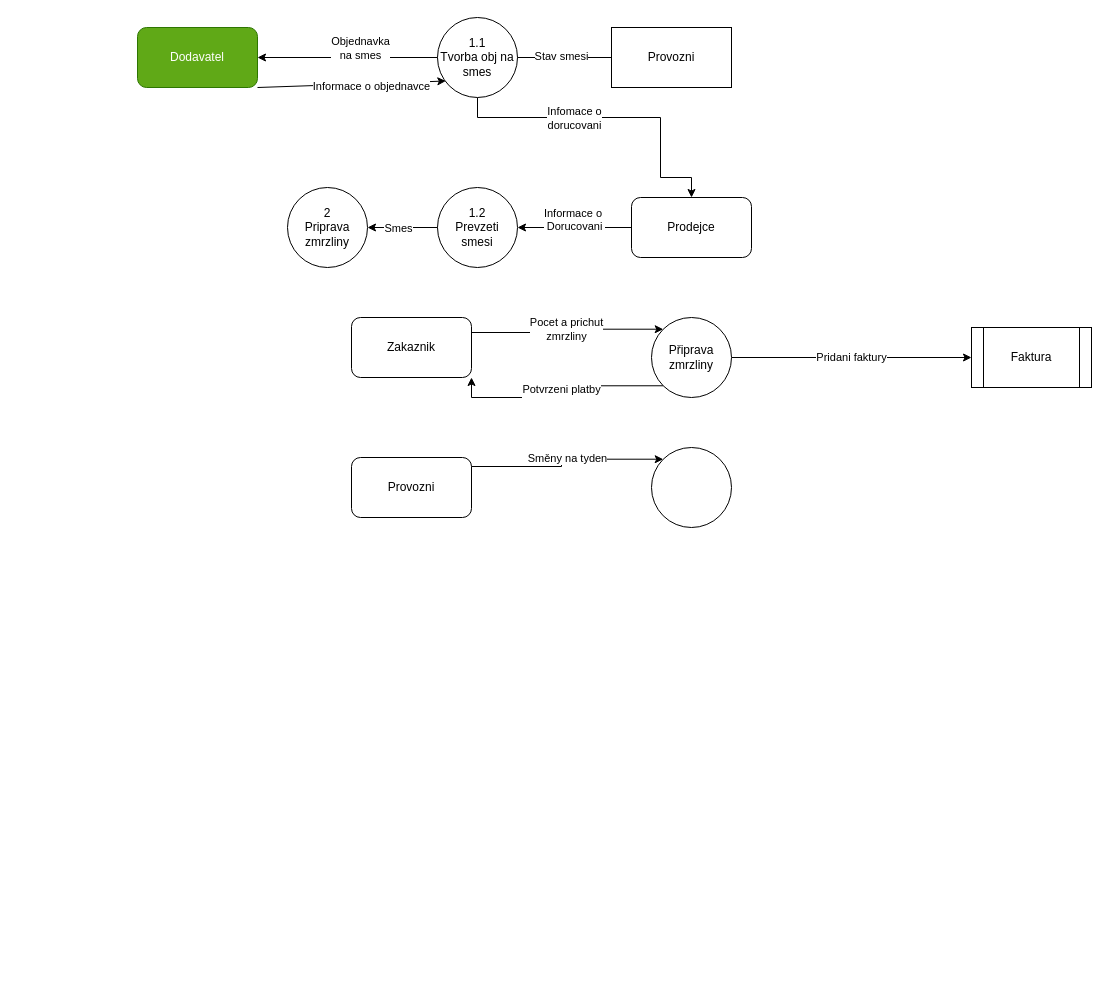
The draw.io diagram Data_Flow.drawio in Zenber/InformacniSystem_I, before the edit. Source tidied: cells renumbered, new cells numbered last; positions are measured from the earlier drawing's top-left corner, leaving out a move shared by most shapes. Both pictures are drawn from the tidied source at 100%, with x=0, y=0 at pixel (137, 17).
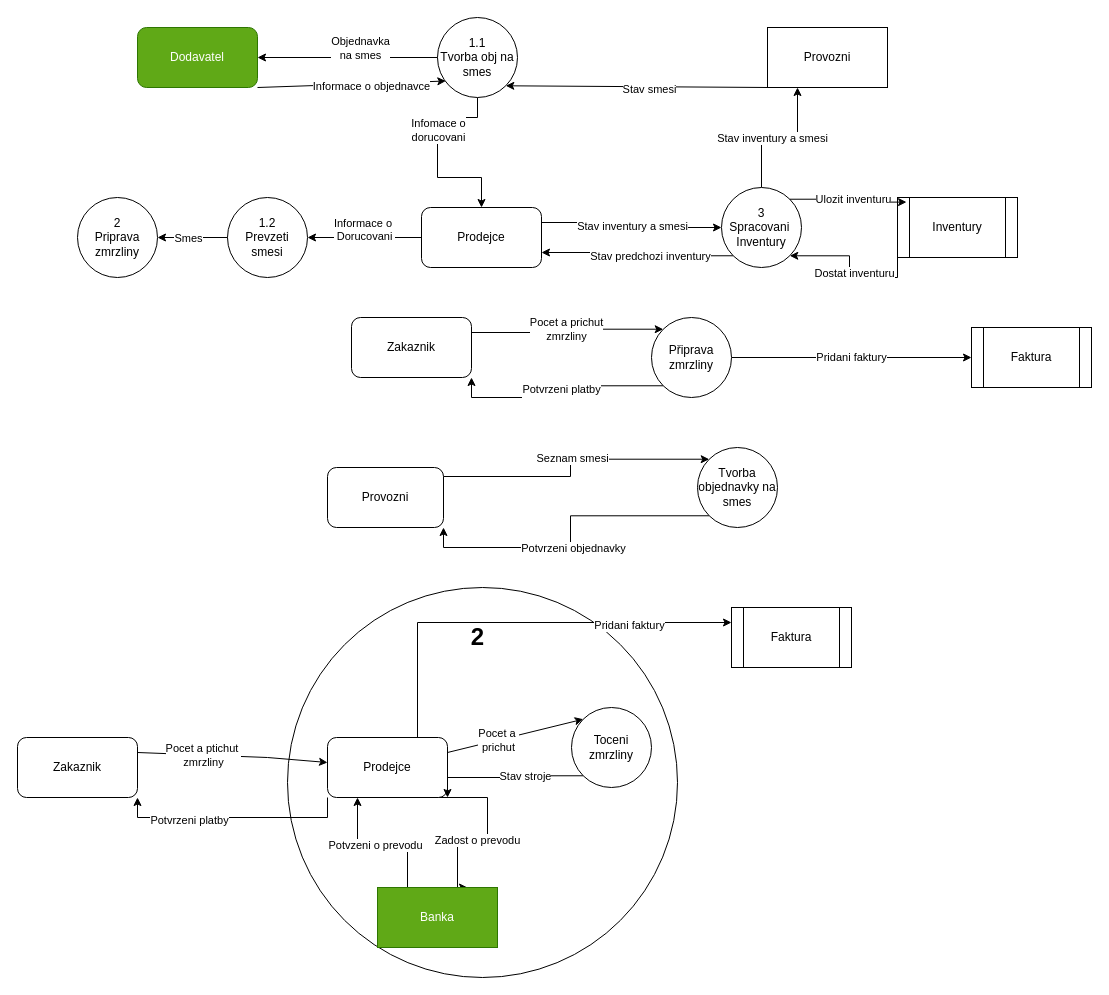
The same page after the edit.

The change refers to these unchanged cells:
```xml
<mxCell id="8" style="edgeStyle=orthogonalEdgeStyle;rounded=0;jettySize=auto;html=1;exitX=0.997;exitY=0.15;exitDx=0;exitDy=0;exitPerimeter=0;entryX=0;entryY=0;entryDx=0;entryDy=0;" parent="1" edge="1" source="10" target="11">
  <mxGeometry relative="1" as="geometry" />
</mxCell>
<mxCell id="14" value="1.1&lt;br&gt;Tvorba obj na smes" style="ellipse;whiteSpace=wrap;html=1;" parent="1" vertex="1">
  <mxGeometry x="300" width="80" height="80" as="geometry" />
</mxCell>
```

The edit, as a diff of the source:
```diff
@@
-    <mxCell id="9" value="Směny na tyden" style="edgeLabel;html=1;align=center;verticalAlign=middle;" parent="8" vertex="1">
+    <mxCell id="9" value="Seznam smesi" style="edgeLabel;html=1;align=center;verticalAlign=middle;" parent="8" vertex="1">
       <mxGeometry x="0.03" y="1" relative="1" as="geometry" />
     </mxCell>
     <mxCell id="10" value="Provozni" style="rounded=1;whiteSpace=wrap;html=1;" parent="1" vertex="1">
-      <mxGeometry x="214" y="440" width="120" height="60" as="geometry" />
+      <mxGeometry x="190" y="450" width="116" height="60" as="geometry" />
     </mxCell>
+    <mxCell id="30" style="edgeStyle=orthogonalEdgeStyle;rounded=0;jettySize=auto;html=1;exitX=0;exitY=1;exitDx=0;exitDy=0;entryX=1;entryY=1;entryDx=0;entryDy=0;" parent="1" edge="1" source="11" target="10">
+      <mxGeometry relative="1" as="geometry" />
+    </mxCell>
+    <mxCell id="31" value="Potvrzeni objednavky" style="edgeLabel;html=1;align=center;verticalAlign=middle;" parent="30" vertex="1">
+      <mxGeometry x="0.07" y="2" relative="1" as="geometry">
+        <mxPoint x="2" y="-2" as="offset" />
+      </mxGeometry>
+    </mxCell>
-    <mxCell id="11" style="ellipse;whiteSpace=wrap;html=1;" parent="1" vertex="1">
-      <mxGeometry x="514" y="430" width="80" height="80" as="geometry" />
+    <mxCell id="11" value="Tvorba objednavky na smes" style="ellipse;whiteSpace=wrap;html=1;" parent="1" vertex="1">
+      <mxGeometry x="560" y="430" width="80" height="80" as="geometry" />
     </mxCell>
     <mxCell id="12" style="edgeStyle=orthogonalEdgeStyle;rounded=0;jettySize=auto;html=1;entryX=0.5;entryY=0;entryDx=0;entryDy=0;" parent="1" edge="1" source="14" target="24">
       <mxGeometry relative="1" as="geometry">
         <Array as="points">
           <mxPoint x="340" y="100" />
-          <mxPoint x="523" y="100" />
-          <mxPoint x="523" y="160" />
+          <mxPoint x="300" y="100" />
+          <mxPoint x="300" y="160" />
+          <mxPoint x="344" y="160" />
         </Array>
       </mxGeometry>
     </mxCell>
@@
     <mxCell id="15" value="&lt;div&gt;1.2&lt;/div&gt;&lt;div&gt;Prevzeti smesi&lt;/div&gt;" style="ellipse;whiteSpace=wrap;html=1;" parent="1" vertex="1">
-      <mxGeometry x="300" y="170" width="80" height="80" as="geometry" />
+      <mxGeometry x="90" y="180" width="80" height="80" as="geometry" />
     </mxCell>
     <mxCell id="16" value="Provozni" style="rounded=0;whiteSpace=wrap;html=1;" parent="1" vertex="1">
-      <mxGeometry x="474" y="10" width="120" height="60" as="geometry" />
+      <mxGeometry x="630" y="10" width="120" height="60" as="geometry" />
     </mxCell>
-    <mxCell id="17" style="endArrow=none;html=1;rounded=0;entryX=1;entryY=0.5;entryDx=0;entryDy=0;exitX=0;exitY=0.5;exitDx=0;exitDy=0;" parent="1" edge="1" source="16" target="14">
+    <mxCell id="17" style="endArrow=none;html=1;rounded=0;entryX=0;entryY=1;entryDx=0;entryDy=0;exitX=1;exitY=1;exitDx=0;exitDy=0;startArrow=classic;startFill=1;" parent="1" edge="1" source="14" target="16">
       <mxGeometry relative="1" as="geometry" />
     </mxCell>
@@
+    <mxCell id="32" style="edgeStyle=orthogonalEdgeStyle;rounded=0;jettySize=auto;html=1;exitX=1;exitY=0.25;exitDx=0;exitDy=0;entryX=0;entryY=0.5;entryDx=0;entryDy=0;" parent="1" edge="1" source="24" target="59">
+      <mxGeometry relative="1" as="geometry" />
+    </mxCell>
+    <mxCell id="33" value="Stav inventury a smesi" style="edgeLabel;html=1;align=center;verticalAlign=middle;" parent="32" vertex="1">
+      <mxGeometry x="0.01" relative="1" as="geometry" />
+    </mxCell>
     <mxCell id="24" value="Prodejce" style="rounded=1;whiteSpace=wrap;html=1;" parent="1" vertex="1">
-      <mxGeometry x="494" y="180" width="120" height="60" as="geometry" />
+      <mxGeometry x="284" y="190" width="120" height="60" as="geometry" />
     </mxCell>
@@
     <mxCell id="27" value="2&lt;br&gt;Priprava zmrzliny" style="ellipse;whiteSpace=wrap;html=1;" parent="1" vertex="1">
-      <mxGeometry x="150" y="170" width="80" height="80" as="geometry" />
+      <mxGeometry x="-60" y="180" width="80" height="80" as="geometry" />
     </mxCell>
@@
+    <mxCell id="34" value="&lt;div align=&quot;right&quot;&gt;&lt;br&gt;&lt;/div&gt;" style="ellipse;whiteSpace=wrap;html=1;" parent="1" vertex="1">
+      <mxGeometry x="150" y="570" width="390" height="390" as="geometry" />
+    </mxCell>
+    <mxCell id="35" style="edgeStyle=orthogonalEdgeStyle;rounded=0;jettySize=auto;html=1;exitX=0;exitY=1;exitDx=0;exitDy=0;entryX=1;entryY=1;entryDx=0;entryDy=0;" parent="1" edge="1" source="41" target="54">
+      <mxGeometry relative="1" as="geometry" />
+    </mxCell>
+    <mxCell id="36" value="Potvrzeni platby" style="edgeLabel;html=1;align=center;verticalAlign=middle;" parent="35" vertex="1">
+      <mxGeometry x="0.38" y="2" relative="1" as="geometry" />
+    </mxCell>
+    <mxCell id="37" style="edgeStyle=orthogonalEdgeStyle;rounded=0;jettySize=auto;html=1;exitX=0.75;exitY=1;exitDx=0;exitDy=0;entryX=0.75;entryY=0;entryDx=0;entryDy=0;" parent="1" edge="1" source="41" target="52">
+      <mxGeometry relative="1" as="geometry">
+        <Array as="points">
+          <mxPoint x="350" y="780" />
+          <mxPoint x="350" y="825" />
+          <mxPoint x="320" y="825" />
+          <mxPoint x="320" y="870" />
+        </Array>
+      </mxGeometry>
+    </mxCell>
+    <mxCell id="38" value="Zadost o prevodu" style="edgeLabel;html=1;align=center;verticalAlign=middle;" parent="37" vertex="1">
+      <mxGeometry x="0.26" y="-3" relative="1" as="geometry" />
+    </mxCell>
+    <mxCell id="39" style="edgeStyle=orthogonalEdgeStyle;rounded=0;jettySize=auto;html=1;exitX=0.75;exitY=0;exitDx=0;exitDy=0;entryX=0;entryY=0.25;entryDx=0;entryDy=0;" parent="1" edge="1" source="41" target="53">
+      <mxGeometry relative="1" as="geometry" />
+    </mxCell>
+    <mxCell id="40" value="Pridani faktury" style="edgeLabel;html=1;align=center;verticalAlign=middle;" parent="39" vertex="1">
+      <mxGeometry x="0.52" y="-2" relative="1" as="geometry" />
+    </mxCell>
+    <mxCell id="41" value="Prodejce" style="rounded=1;whiteSpace=wrap;html=1;" parent="1" vertex="1">
+      <mxGeometry x="190" y="720" width="120" height="60" as="geometry" />
+    </mxCell>
+    <mxCell id="42" value="&lt;div&gt;2&lt;/div&gt;" style="text;strokeColor=none;fillColor=none;html=1;fontSize=24;fontStyle=1;verticalAlign=middle;align=center;" parent="1" vertex="1">
+      <mxGeometry x="290" y="600" width="100" height="40" as="geometry" />
+    </mxCell>
+    <mxCell id="43" style="endArrow=classic;html=1;rounded=0;exitX=1;exitY=0.25;exitDx=0;exitDy=0;" parent="1" edge="1" source="54" target="41">
+      <mxGeometry relative="1" as="geometry">
+        <Array as="points">
+          <mxPoint x="130" y="740" />
+        </Array>
+      </mxGeometry>
+    </mxCell>
+    <mxCell id="44" value="&lt;div&gt;Pocet a ptichut&amp;nbsp;&lt;/div&gt;&lt;div&gt;zmrzliny&lt;/div&gt;" style="edgeLabel;html=1;align=center;verticalAlign=middle;" parent="43" vertex="1">
+      <mxGeometry x="-0.31" relative="1" as="geometry" />
+    </mxCell>
+    <mxCell id="45" style="edgeStyle=orthogonalEdgeStyle;rounded=0;jettySize=auto;html=1;exitX=0;exitY=1;exitDx=0;exitDy=0;entryX=1;entryY=1;entryDx=0;entryDy=0;" parent="1" edge="1" source="47" target="41">
+      <mxGeometry relative="1" as="geometry">
+        <Array as="points">
+          <mxPoint x="372" y="758" />
+          <mxPoint x="372" y="760" />
+          <mxPoint x="310" y="760" />
+        </Array>
+      </mxGeometry>
+    </mxCell>
+    <mxCell id="46" value="Stav stroje" style="edgeLabel;html=1;align=center;verticalAlign=middle;" parent="45" vertex="1">
+      <mxGeometry x="-0.26" relative="1" as="geometry" />
+    </mxCell>
+    <mxCell id="47" value="Toceni zmrzliny" style="ellipse;whiteSpace=wrap;html=1;" parent="1" vertex="1">
+      <mxGeometry x="434" y="690" width="80" height="80" as="geometry" />
+    </mxCell>
+    <mxCell id="48" style="endArrow=classic;html=1;rounded=0;exitX=1;exitY=0.25;exitDx=0;exitDy=0;entryX=0;entryY=0;entryDx=0;entryDy=0;" parent="1" edge="1" source="41" target="47">
+      <mxGeometry relative="1" as="geometry" />
+    </mxCell>
+    <mxCell id="49" value="&lt;div&gt;Pocet a&amp;nbsp;&lt;/div&gt;&lt;div&gt;prichut&lt;/div&gt;" style="edgeLabel;html=1;align=center;verticalAlign=middle;" parent="48" vertex="1">
+      <mxGeometry x="-0.25" relative="1" as="geometry" />
+    </mxCell>
+    <mxCell id="50" style="edgeStyle=orthogonalEdgeStyle;rounded=0;jettySize=auto;html=1;exitX=0.25;exitY=0;exitDx=0;exitDy=0;entryX=0.25;entryY=1;entryDx=0;entryDy=0;" parent="1" edge="1" source="52" target="41">
+      <mxGeometry relative="1" as="geometry" />
+    </mxCell>
+    <mxCell id="51" value="Potvzeni o prevodu" style="edgeLabel;html=1;align=center;verticalAlign=middle;" parent="50" vertex="1">
+      <mxGeometry x="0.12" y="2" relative="1" as="geometry" />
+    </mxCell>
+    <mxCell id="52" value="Banka" style="rounded=0;whiteSpace=wrap;html=1;fillColor=#60a917;fontColor=#ffffff;strokeColor=#2D7600;" parent="1" vertex="1">
+      <mxGeometry x="240" y="870" width="120" height="60" as="geometry" />
+    </mxCell>
+    <mxCell id="53" value="Faktura" style="shape=process;whiteSpace=wrap;html=1;backgroundOutline=1;" parent="1" vertex="1">
+      <mxGeometry x="594" y="590" width="120" height="60" as="geometry" />
+    </mxCell>
+    <mxCell id="54" value="Zakaznik" style="rounded=1;whiteSpace=wrap;html=1;" parent="1" vertex="1">
+      <mxGeometry x="-120" y="720" width="120" height="60" as="geometry" />
+    </mxCell>
+    <mxCell id="55" style="edgeStyle=orthogonalEdgeStyle;rounded=0;jettySize=auto;html=1;exitX=0;exitY=1;exitDx=0;exitDy=0;entryX=1;entryY=0.75;entryDx=0;entryDy=0;" parent="1" edge="1" source="59" target="24">
+      <mxGeometry relative="1" as="geometry" />
+    </mxCell>
+    <mxCell id="56" value="Stav predchozi inventury" style="edgeLabel;html=1;align=center;verticalAlign=middle;" parent="55" vertex="1">
+      <mxGeometry x="-0.15" relative="1" as="geometry" />
+    </mxCell>
+    <mxCell id="57" style="edgeStyle=orthogonalEdgeStyle;rounded=0;jettySize=auto;html=1;exitX=0.5;exitY=0;exitDx=0;exitDy=0;entryX=0.25;entryY=1;entryDx=0;entryDy=0;" parent="1" edge="1" source="59" target="16">
+      <mxGeometry relative="1" as="geometry" />
+    </mxCell>
+    <mxCell id="58" value="Stav inventury a smesi" style="edgeLabel;html=1;align=center;verticalAlign=middle;" parent="57" vertex="1">
+      <mxGeometry x="-0.12" relative="1" as="geometry" />
+    </mxCell>
+    <mxCell id="59" value="&lt;div&gt;3&lt;/div&gt;&lt;div&gt;Spracovani&amp;nbsp;&lt;/div&gt;&lt;div&gt;Inventury&lt;/div&gt;" style="ellipse;whiteSpace=wrap;html=1;" parent="1" vertex="1">
+      <mxGeometry x="584" y="170" width="80" height="80" as="geometry" />
+    </mxCell>
+    <mxCell id="60" style="edgeStyle=orthogonalEdgeStyle;rounded=0;jettySize=auto;html=1;exitX=0;exitY=1;exitDx=0;exitDy=0;entryX=1;entryY=1;entryDx=0;entryDy=0;" parent="1" edge="1" source="62" target="59">
+      <mxGeometry relative="1" as="geometry" />
+    </mxCell>
+    <mxCell id="61" value="Dostat inventuru" style="edgeLabel;html=1;align=center;verticalAlign=middle;" parent="60" vertex="1">
+      <mxGeometry x="-0.02" y="-4" relative="1" as="geometry" />
+    </mxCell>
+    <mxCell id="62" value="Inventury" style="shape=process;whiteSpace=wrap;html=1;backgroundOutline=1;" parent="1" vertex="1">
+      <mxGeometry x="760" y="180" width="120" height="60" as="geometry" />
+    </mxCell>
+    <mxCell id="63" style="edgeStyle=orthogonalEdgeStyle;rounded=0;jettySize=auto;html=1;exitX=1;exitY=0;exitDx=0;exitDy=0;entryX=0.075;entryY=0.077;entryDx=0;entryDy=0;entryPerimeter=0;" parent="1" edge="1" source="59" target="62">
+      <mxGeometry relative="1" as="geometry" />
+    </mxCell>
+    <mxCell id="64" value="Ulozit inventuru" style="edgeLabel;html=1;align=center;verticalAlign=middle;" parent="63" vertex="1">
+      <mxGeometry x="0.1" y="3" relative="1" as="geometry" />
+    </mxCell>
```
